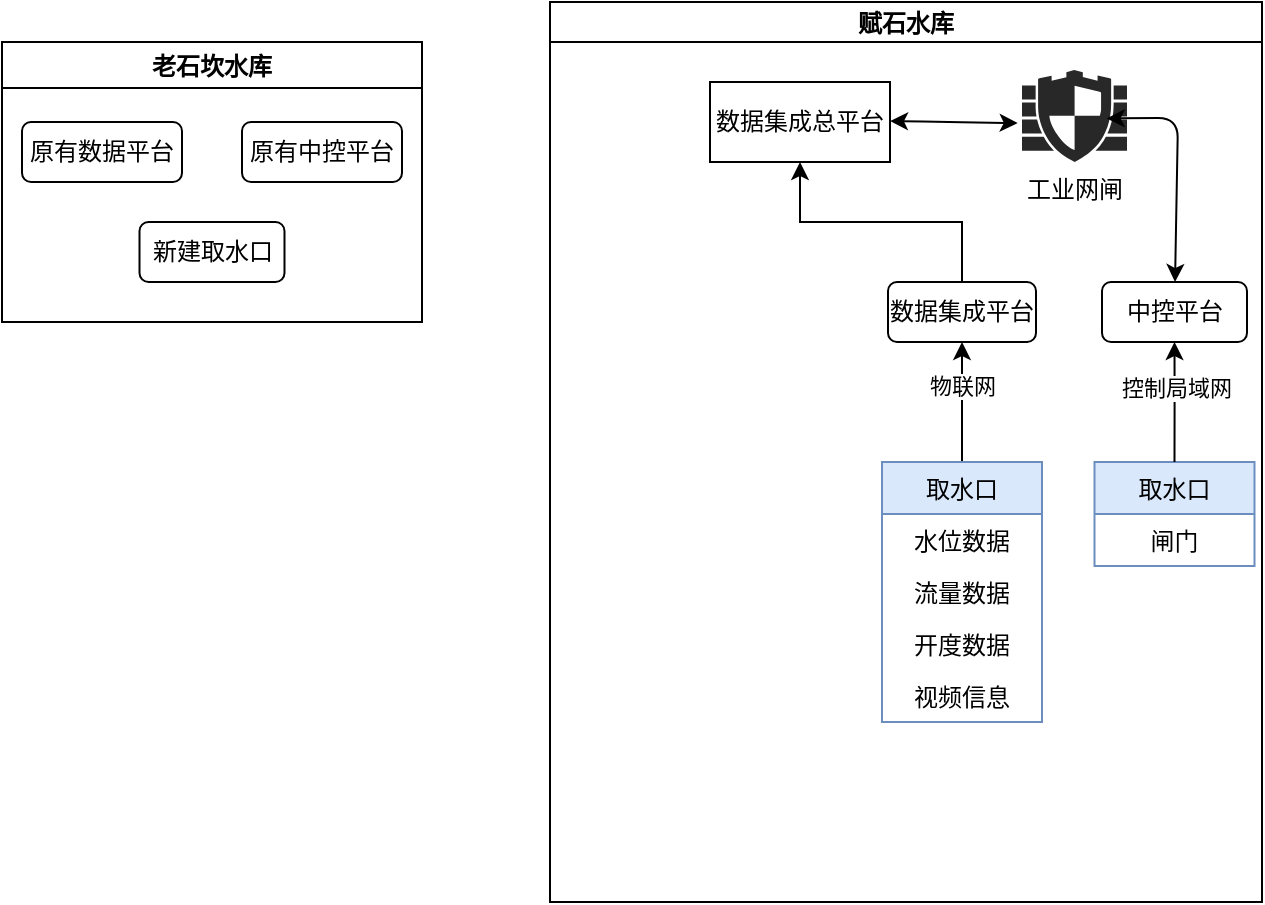
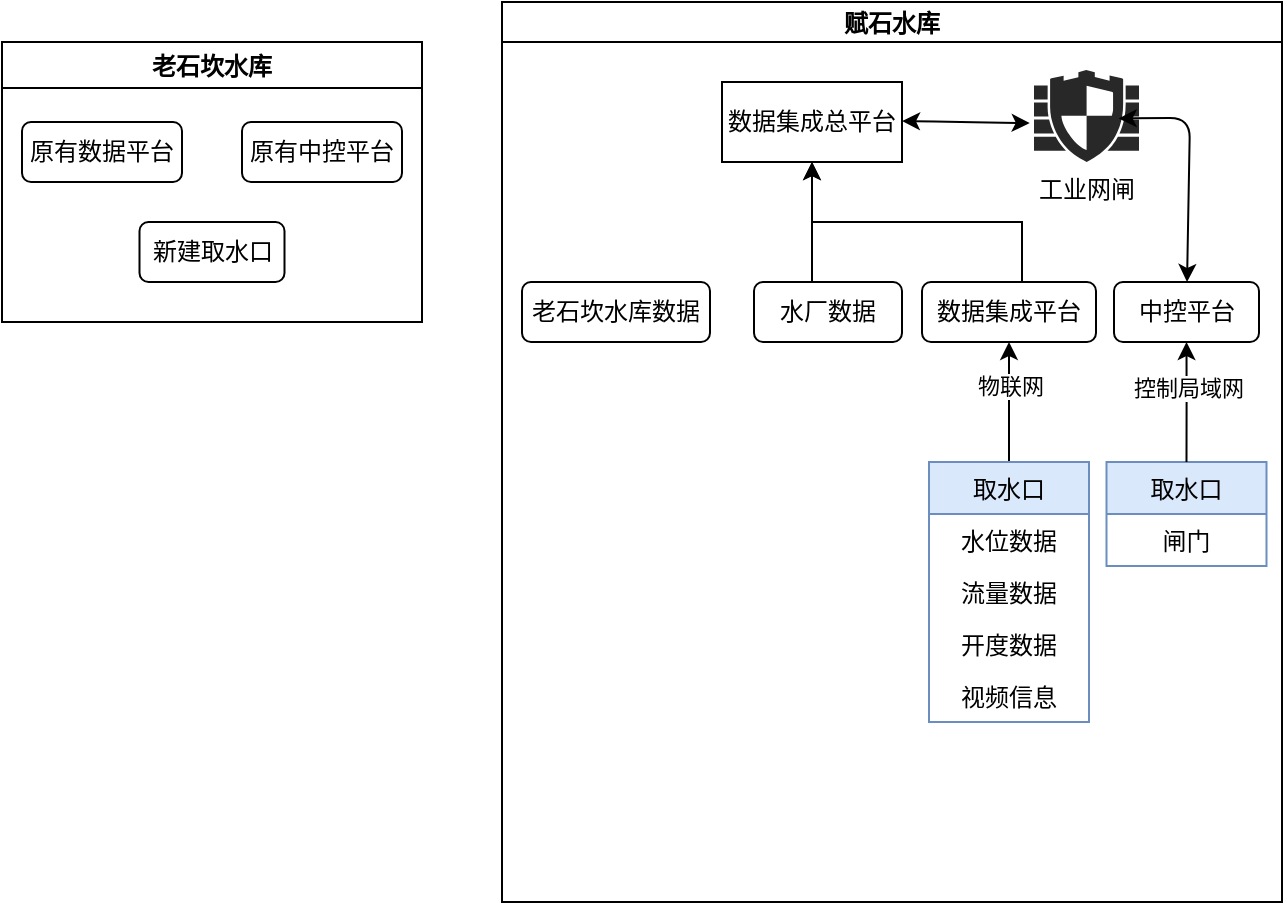
- <mxfile host="app.diagrams.net" modified="2021-09-18T03:16:21.581Z" agent="5.0 (Windows NT 10.0; Win64; x64) AppleWebKit/537.36 (KHTML, like Gecko) Chrome/93.0.4577.82 Safari/537.36 Edg/93.0.961.52" etag="CAoy0E7nlcjmJ-DG30kB" version="14.8.0" type="github">
+ <mxfile host="app.diagrams.net" modified="2021-09-18T03:40:53.195Z" agent="5.0 (Windows NT 10.0; Win64; x64) AppleWebKit/537.36 (KHTML, like Gecko) Chrome/93.0.4577.82 Safari/537.36 Edg/93.0.961.52" etag="VBxOkWHIoQrlepEvhJNM" version="14.8.0" type="github">
  <diagram id="v89iMYd2DjBNGdAJLiYk" name="Page-1">
    <mxGraphModel dx="652" dy="363" grid="1" gridSize="10" guides="1" tooltips="1" connect="1" arrows="1" fold="1" page="1" pageScale="1" pageWidth="827" pageHeight="1169" math="0" shadow="0">
      <root>
        <mxCell id="0" />
        <mxCell id="1" parent="0" />
        <mxCell id="1meufm5pPCAuNKvldUBH-1" value="老石坎水库" style="swimlane;" parent="1" vertex="1">
          <mxGeometry x="140" y="150" width="210" height="140" as="geometry" />
        </mxCell>
        <mxCell id="1meufm5pPCAuNKvldUBH-3" value="原有数据平台" style="rounded=1;whiteSpace=wrap;html=1;" parent="1meufm5pPCAuNKvldUBH-1" vertex="1">
          <mxGeometry x="10" y="40" width="80" height="30" as="geometry" />
        </mxCell>
        <mxCell id="1meufm5pPCAuNKvldUBH-4" value="原有中控平台" style="rounded=1;whiteSpace=wrap;html=1;" parent="1meufm5pPCAuNKvldUBH-1" vertex="1">
          <mxGeometry x="120" y="40" width="80" height="30" as="geometry" />
        </mxCell>
        <mxCell id="1meufm5pPCAuNKvldUBH-5" value="新建取水口" style="rounded=1;whiteSpace=wrap;html=1;" parent="1meufm5pPCAuNKvldUBH-1" vertex="1">
          <mxGeometry x="68.75" y="90" width="72.5" height="30" as="geometry" />
        </mxCell>
        <mxCell id="1meufm5pPCAuNKvldUBH-6" value="赋石水库" style="swimlane;startSize=20;horizontal=1;containerType=tree;newEdgeStyle={&quot;edgeStyle&quot;:&quot;elbowEdgeStyle&quot;,&quot;startArrow&quot;:&quot;none&quot;,&quot;endArrow&quot;:&quot;none&quot;};" parent="1" vertex="1">
-           <mxGeometry x="414" y="130" width="356" height="450" as="geometry" />
+           <mxGeometry x="390" y="130" width="390" height="450" as="geometry" />
        </mxCell>
        <UserObject label="数据集成总平台" treeRoot="1" id="1meufm5pPCAuNKvldUBH-9">
          <mxCell style="whiteSpace=wrap;html=1;align=center;treeFolding=1;treeMoving=1;newEdgeStyle={&quot;edgeStyle&quot;:&quot;elbowEdgeStyle&quot;,&quot;startArrow&quot;:&quot;none&quot;,&quot;endArrow&quot;:&quot;none&quot;};" parent="1meufm5pPCAuNKvldUBH-6" vertex="1">
-             <mxGeometry x="80" y="40" width="90" height="40" as="geometry" />
+             <mxGeometry x="110" y="40" width="90" height="40" as="geometry" />
          </mxCell>
        </UserObject>
        <mxCell id="1meufm5pPCAuNKvldUBH-12" value="中控平台" style="rounded=1;whiteSpace=wrap;html=1;" parent="1meufm5pPCAuNKvldUBH-6" vertex="1">
-           <mxGeometry x="276" y="140" width="72.5" height="30" as="geometry" />
+           <mxGeometry x="306" y="140" width="72.5" height="30" as="geometry" />
        </mxCell>
        <mxCell id="rkCiEfMvTKPaeprXMYrk-26" value="工业网闸" style="verticalLabelPosition=bottom;html=1;fillColor=#282828;strokeColor=none;verticalAlign=top;pointerEvents=1;align=center;shape=mxgraph.cisco_safe.security_icons.ngfw;sketch=0;" vertex="1" parent="1meufm5pPCAuNKvldUBH-6">
-           <mxGeometry x="236" y="34" width="52.5" height="46" as="geometry" />
+           <mxGeometry x="266" y="34" width="52.5" height="46" as="geometry" />
        </mxCell>
        <mxCell id="rkCiEfMvTKPaeprXMYrk-32" value="" style="endArrow=classic;startArrow=classic;html=1;entryX=-0.041;entryY=0.577;entryDx=0;entryDy=0;entryPerimeter=0;" edge="1" parent="1meufm5pPCAuNKvldUBH-6" target="rkCiEfMvTKPaeprXMYrk-26">
          <mxGeometry width="50" height="50" relative="1" as="geometry">
-             <mxPoint x="170" y="59.5" as="sourcePoint" />
-             <mxPoint x="216" y="40" as="targetPoint" />
+             <mxPoint x="200" y="59.5" as="sourcePoint" />
+             <mxPoint x="246" y="40" as="targetPoint" />
            <Array as="points">
-               <mxPoint x="196" y="60" />
+               <mxPoint x="226" y="60" />
            </Array>
          </mxGeometry>
        </mxCell>
        <mxCell id="rkCiEfMvTKPaeprXMYrk-33" value="" style="endArrow=classic;startArrow=classic;html=1;jumpSize=6;entryX=0.807;entryY=0.526;entryDx=0;entryDy=0;entryPerimeter=0;" edge="1" parent="1meufm5pPCAuNKvldUBH-6" source="1meufm5pPCAuNKvldUBH-12" target="rkCiEfMvTKPaeprXMYrk-26">
          <mxGeometry width="50" height="50" relative="1" as="geometry">
-             <mxPoint x="212.25" y="194.5" as="sourcePoint" />
-             <mxPoint x="271" y="100" as="targetPoint" />
+             <mxPoint x="242.25" y="194.5" as="sourcePoint" />
+             <mxPoint x="301" y="100" as="targetPoint" />
            <Array as="points">
-               <mxPoint x="314" y="58" />
+               <mxPoint x="344" y="58" />
            </Array>
          </mxGeometry>
        </mxCell>
        <mxCell id="rkCiEfMvTKPaeprXMYrk-6" value="取水口" style="swimlane;fontStyle=0;childLayout=stackLayout;horizontal=1;startSize=26;horizontalStack=0;resizeParent=1;resizeParentMax=0;resizeLast=0;collapsible=1;marginBottom=0;swimlaneLine=1;rounded=0;shadow=0;sketch=0;glass=0;swimlaneFillColor=none;fillColor=#dae8fc;strokeColor=#6c8ebf;" vertex="1" parent="1meufm5pPCAuNKvldUBH-6">
-           <mxGeometry x="272.25" y="230" width="80" height="52" as="geometry">
+           <mxGeometry x="302.25" y="230" width="80" height="52" as="geometry">
            <mxRectangle x="400" y="410" width="70" height="26" as="alternateBounds" />
          </mxGeometry>
        </mxCell>
        <mxCell id="rkCiEfMvTKPaeprXMYrk-7" value="闸门" style="text;strokeColor=none;fillColor=none;align=center;verticalAlign=top;spacingLeft=4;spacingRight=4;overflow=hidden;rotatable=0;points=[[0,0.5],[1,0.5]];portConstraint=eastwest;" vertex="1" parent="rkCiEfMvTKPaeprXMYrk-6">
          <mxGeometry y="26" width="80" height="26" as="geometry" />
        </mxCell>
        <mxCell id="rkCiEfMvTKPaeprXMYrk-11" value="" style="edgeStyle=orthogonalEdgeStyle;rounded=0;orthogonalLoop=1;jettySize=auto;html=1;exitX=0.5;exitY=0;exitDx=0;exitDy=0;" edge="1" parent="1meufm5pPCAuNKvldUBH-6" source="rkCiEfMvTKPaeprXMYrk-6" target="1meufm5pPCAuNKvldUBH-12">
          <mxGeometry relative="1" as="geometry">
            <Array as="points" />
          </mxGeometry>
        </mxCell>
        <mxCell id="rkCiEfMvTKPaeprXMYrk-13" value="控制局域网" style="edgeLabel;html=1;align=center;verticalAlign=middle;resizable=0;points=[];" vertex="1" connectable="0" parent="rkCiEfMvTKPaeprXMYrk-11">
          <mxGeometry x="0.2444" relative="1" as="geometry">
            <mxPoint as="offset" />
          </mxGeometry>
        </mxCell>
        <mxCell id="rkCiEfMvTKPaeprXMYrk-67" style="edgeStyle=orthogonalEdgeStyle;rounded=0;orthogonalLoop=1;jettySize=auto;html=1;entryX=0.5;entryY=1;entryDx=0;entryDy=0;" edge="1" parent="1meufm5pPCAuNKvldUBH-6" source="1meufm5pPCAuNKvldUBH-21" target="rkCiEfMvTKPaeprXMYrk-45">
          <mxGeometry relative="1" as="geometry" />
        </mxCell>
        <mxCell id="rkCiEfMvTKPaeprXMYrk-69" value="物联网" style="edgeLabel;html=1;align=center;verticalAlign=middle;resizable=0;points=[];" vertex="1" connectable="0" parent="rkCiEfMvTKPaeprXMYrk-67">
          <mxGeometry x="0.2649" relative="1" as="geometry">
            <mxPoint as="offset" />
          </mxGeometry>
        </mxCell>
        <mxCell id="1meufm5pPCAuNKvldUBH-21" value="取水口" style="swimlane;fontStyle=0;childLayout=stackLayout;horizontal=1;startSize=26;horizontalStack=0;resizeParent=1;resizeParentMax=0;resizeLast=0;collapsible=1;marginBottom=0;swimlaneLine=1;rounded=0;shadow=0;sketch=0;glass=0;swimlaneFillColor=none;fillColor=#dae8fc;strokeColor=#6c8ebf;" parent="1meufm5pPCAuNKvldUBH-6" vertex="1">
-           <mxGeometry x="166" y="230" width="80" height="130" as="geometry">
+           <mxGeometry x="213.5" y="230" width="80" height="130" as="geometry">
            <mxRectangle x="400" y="410" width="70" height="26" as="alternateBounds" />
          </mxGeometry>
        </mxCell>
        <mxCell id="1meufm5pPCAuNKvldUBH-22" value="水位数据" style="text;strokeColor=none;fillColor=none;align=center;verticalAlign=top;spacingLeft=4;spacingRight=4;overflow=hidden;rotatable=0;points=[[0,0.5],[1,0.5]];portConstraint=eastwest;" parent="1meufm5pPCAuNKvldUBH-21" vertex="1">
          <mxGeometry y="26" width="80" height="26" as="geometry" />
        </mxCell>
        <mxCell id="1meufm5pPCAuNKvldUBH-23" value="流量数据" style="text;strokeColor=none;fillColor=none;align=center;verticalAlign=top;spacingLeft=4;spacingRight=4;overflow=hidden;rotatable=0;points=[[0,0.5],[1,0.5]];portConstraint=eastwest;" parent="1meufm5pPCAuNKvldUBH-21" vertex="1">
          <mxGeometry y="52" width="80" height="26" as="geometry" />
        </mxCell>
        <mxCell id="1meufm5pPCAuNKvldUBH-24" value="开度数据" style="text;strokeColor=none;fillColor=none;align=center;verticalAlign=top;spacingLeft=4;spacingRight=4;overflow=hidden;rotatable=0;points=[[0,0.5],[1,0.5]];portConstraint=eastwest;" parent="1meufm5pPCAuNKvldUBH-21" vertex="1">
          <mxGeometry y="78" width="80" height="26" as="geometry" />
        </mxCell>
        <mxCell id="rkCiEfMvTKPaeprXMYrk-2" value="视频信息" style="text;strokeColor=none;fillColor=none;align=center;verticalAlign=top;spacingLeft=4;spacingRight=4;overflow=hidden;rotatable=0;points=[[0,0.5],[1,0.5]];portConstraint=eastwest;" vertex="1" parent="1meufm5pPCAuNKvldUBH-21">
          <mxGeometry y="104" width="80" height="26" as="geometry" />
        </mxCell>
        <mxCell id="rkCiEfMvTKPaeprXMYrk-68" style="edgeStyle=orthogonalEdgeStyle;rounded=0;orthogonalLoop=1;jettySize=auto;html=1;entryX=0.5;entryY=1;entryDx=0;entryDy=0;" edge="1" parent="1meufm5pPCAuNKvldUBH-6" source="rkCiEfMvTKPaeprXMYrk-45" target="1meufm5pPCAuNKvldUBH-9">
-           <mxGeometry relative="1" as="geometry" />
+           <mxGeometry relative="1" as="geometry">
+             <Array as="points">
+               <mxPoint x="260" y="110" />
+               <mxPoint x="155" y="110" />
+             </Array>
+           </mxGeometry>
        </mxCell>
        <mxCell id="rkCiEfMvTKPaeprXMYrk-45" value="数据集成平台" style="rounded=1;whiteSpace=wrap;html=1;" vertex="1" parent="1meufm5pPCAuNKvldUBH-6">
-           <mxGeometry x="169" y="140" width="74" height="30" as="geometry" />
+           <mxGeometry x="210" y="140" width="87" height="30" as="geometry" />
+         </mxCell>
+         <mxCell id="rkCiEfMvTKPaeprXMYrk-70" value="水厂数据" style="rounded=1;whiteSpace=wrap;html=1;" vertex="1" parent="1meufm5pPCAuNKvldUBH-6">
+           <mxGeometry x="126" y="140" width="74" height="30" as="geometry" />
+         </mxCell>
+         <mxCell id="rkCiEfMvTKPaeprXMYrk-72" value="老石坎水库数据" style="rounded=1;whiteSpace=wrap;html=1;" vertex="1" parent="1meufm5pPCAuNKvldUBH-6">
+           <mxGeometry x="10" y="140" width="94" height="30" as="geometry" />
+         </mxCell>
+         <mxCell id="rkCiEfMvTKPaeprXMYrk-71" style="edgeStyle=orthogonalEdgeStyle;rounded=0;orthogonalLoop=1;jettySize=auto;html=1;entryX=0.5;entryY=1;entryDx=0;entryDy=0;" edge="1" parent="1meufm5pPCAuNKvldUBH-6" source="rkCiEfMvTKPaeprXMYrk-70" target="1meufm5pPCAuNKvldUBH-9">
+           <mxGeometry relative="1" as="geometry">
+             <mxPoint x="180" y="80" as="targetPoint" />
+             <Array as="points">
+               <mxPoint x="155" y="130" />
+               <mxPoint x="155" y="130" />
+             </Array>
+           </mxGeometry>
        </mxCell>
      </root>
    </mxGraphModel>
  </diagram>
</mxfile>
